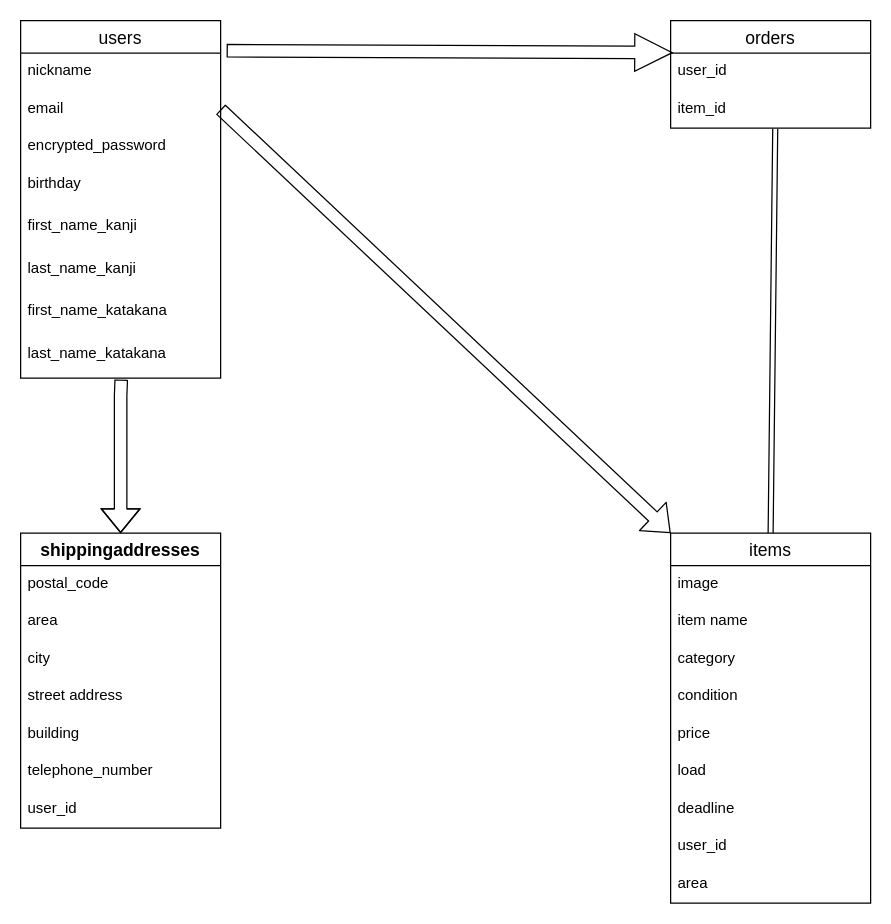
This is .dio from Banyan083214/furima-40391, a draw.io file, before an edit. Source tidied: cells renumbered, new cells numbered last; positions are measured from the earlier drawing's top-left corner, leaving out a move shared by most shapes. Both pictures are drawn from the tidied source at 125%, with x=0, y=0 at pixel (20, 20).
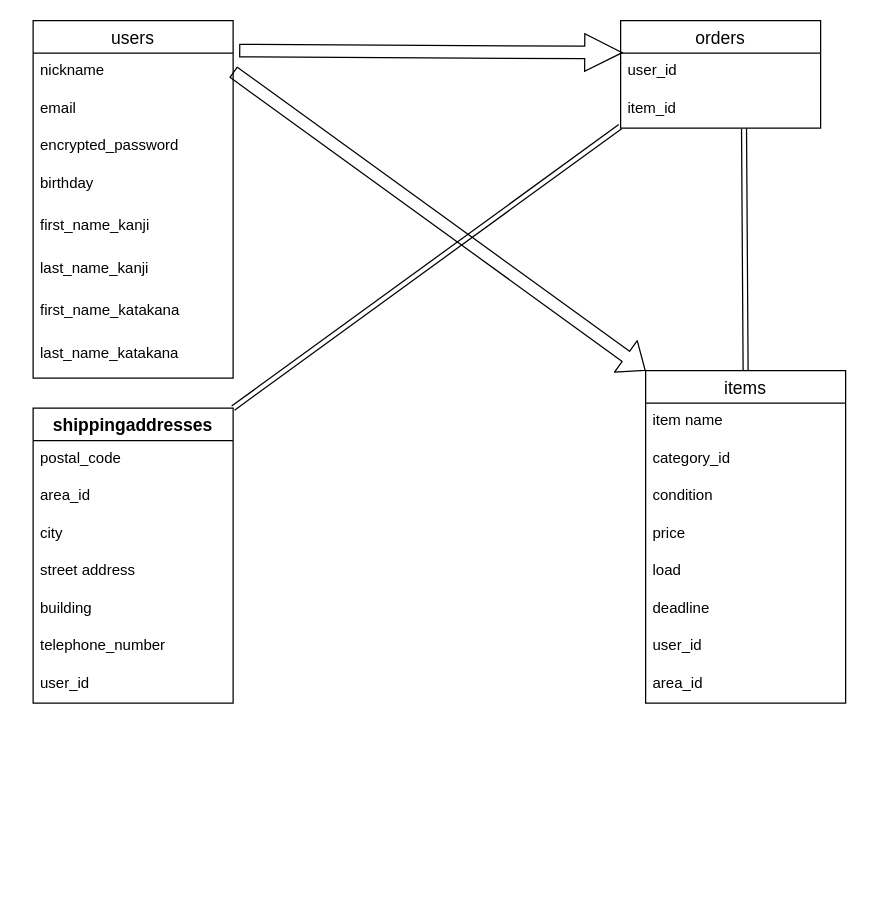
After the change.

Unchanged cells that the change refers to:
```xml
<mxCell id="3" value="nickname" style="text;strokeColor=none;fillColor=none;spacingLeft=4;spacingRight=4;overflow=hidden;points=[[0,0.5],[1,0.5]];portConstraint=eastwest;fontSize=12;" parent="2" vertex="1">
  <mxGeometry y="26" width="160" height="30" as="geometry" />
</mxCell>
<mxCell id="4" value="email" style="text;strokeColor=none;fillColor=none;spacingLeft=4;spacingRight=4;overflow=hidden;points=[[0,0.5],[1,0.5]];portConstraint=eastwest;fontSize=12;" parent="2" vertex="1">
  <mxGeometry y="56" width="160" height="30" as="geometry" />
</mxCell>
<mxCell id="10" value="last_name_katakana" style="text;strokeColor=none;fillColor=none;spacingLeft=4;spacingRight=4;overflow=hidden;points=[[0,0.5],[1,0.5]];portConstraint=eastwest;fontSize=12;" parent="2" vertex="1">
  <mxGeometry y="252" width="160" height="34" as="geometry" />
</mxCell>
<mxCell id="31" value="item_id" style="text;strokeColor=none;fillColor=none;spacingLeft=4;spacingRight=4;overflow=hidden;points=[[0,0.5],[1,0.5]];portConstraint=eastwest;fontSize=12;" parent="29" vertex="1">
  <mxGeometry y="56" width="160" height="30" as="geometry" />
</mxCell>
```

What changed in the source:
```diff
@@
     <mxCell id="2" value="users" style="swimlane;fontStyle=0;horizontal=1;startSize=26;align=center;fontSize=14;" parent="1" vertex="1">
-      <mxGeometry width="160" height="286" as="geometry" />
+      <mxGeometry x="10" width="160" height="286" as="geometry" />
     </mxCell>
@@
     <mxCell id="11" value="items" style="swimlane;fontStyle=0;horizontal=1;startSize=26;align=center;fontSize=14;" parent="1" vertex="1">
-      <mxGeometry x="520" y="410" width="160" height="296" as="geometry" />
+      <mxGeometry x="500" y="280" width="160" height="266" as="geometry" />
     </mxCell>
-    <mxCell id="12" value="image" style="text;strokeColor=none;fillColor=none;spacingLeft=4;spacingRight=4;overflow=hidden;fontSize=12;" parent="11" vertex="1">
-      <mxGeometry y="26" width="160" height="30" as="geometry" />
-    </mxCell>
     <mxCell id="13" value="item name" style="text;strokeColor=none;fillColor=none;spacingLeft=4;spacingRight=4;overflow=hidden;fontSize=12;" parent="11" vertex="1">
-      <mxGeometry y="56" width="160" height="30" as="geometry" />
+      <mxGeometry y="26" width="160" height="30" as="geometry" />
     </mxCell>
-    <mxCell id="14" value="category" style="text;strokeColor=none;fillColor=none;spacingLeft=4;spacingRight=4;overflow=hidden;fontSize=12;" parent="11" vertex="1">
-      <mxGeometry y="86" width="160" height="30" as="geometry" />
+    <mxCell id="14" value="category_id" style="text;strokeColor=none;fillColor=none;spacingLeft=4;spacingRight=4;overflow=hidden;fontSize=12;" parent="11" vertex="1">
+      <mxGeometry y="56" width="160" height="30" as="geometry" />
     </mxCell>
     <mxCell id="15" value="condition" style="text;strokeColor=none;fillColor=none;spacingLeft=4;spacingRight=4;overflow=hidden;fontSize=12;" parent="11" vertex="1">
-      <mxGeometry y="116" width="160" height="30" as="geometry" />
+      <mxGeometry y="86" width="160" height="30" as="geometry" />
     </mxCell>
     <mxCell id="16" value="price" style="text;strokeColor=none;fillColor=none;spacingLeft=4;spacingRight=4;overflow=hidden;fontSize=12;" parent="11" vertex="1">
-      <mxGeometry y="146" width="160" height="30" as="geometry" />
+      <mxGeometry y="116" width="160" height="30" as="geometry" />
     </mxCell>
     <mxCell id="17" value="load" style="text;strokeColor=none;fillColor=none;spacingLeft=4;spacingRight=4;overflow=hidden;fontSize=12;" parent="11" vertex="1">
-      <mxGeometry y="176" width="160" height="30" as="geometry" />
+      <mxGeometry y="146" width="160" height="30" as="geometry" />
     </mxCell>
     <mxCell id="18" value="deadline" style="text;strokeColor=none;fillColor=none;spacingLeft=4;spacingRight=4;overflow=hidden;fontSize=12;" parent="11" vertex="1">
-      <mxGeometry y="206" width="160" height="30" as="geometry" />
+      <mxGeometry y="176" width="160" height="30" as="geometry" />
     </mxCell>
     <mxCell id="19" value="user_id" style="text;strokeColor=none;fillColor=none;spacingLeft=4;spacingRight=4;overflow=hidden;fontSize=12;" parent="11" vertex="1">
-      <mxGeometry y="236" width="160" height="30" as="geometry" />
+      <mxGeometry y="206" width="160" height="30" as="geometry" />
     </mxCell>
-    <mxCell id="20" value="area" style="text;strokeColor=none;fillColor=none;spacingLeft=4;spacingRight=4;overflow=hidden;fontSize=12;" parent="11" vertex="1">
-      <mxGeometry y="266" width="160" height="30" as="geometry" />
+    <mxCell id="20" value="area_id" style="text;strokeColor=none;fillColor=none;spacingLeft=4;spacingRight=4;overflow=hidden;fontSize=12;" parent="11" vertex="1">
+      <mxGeometry y="236" width="160" height="30" as="geometry" />
     </mxCell>
+    <mxCell id="36" style="edgeStyle=none;shape=link;html=1;exitX=1;exitY=0;exitDx=0;exitDy=0;entryX=-0.002;entryY=0.96;entryDx=0;entryDy=0;entryPerimeter=0;" parent="1" edge="1" source="21" target="31">
+      <mxGeometry relative="1" as="geometry" />
+    </mxCell>
     <mxCell id="21" value="shippingaddresses" style="swimlane;fontStyle=1;horizontal=1;startSize=26;align=center;fontSize=14;" parent="1" vertex="1">
-      <mxGeometry y="410" width="160" height="236" as="geometry" />
+      <mxGeometry x="10" y="310" width="160" height="236" as="geometry" />
     </mxCell>
@@
-    <mxCell id="23" value="area" style="text;strokeColor=none;fillColor=none;spacingLeft=4;spacingRight=4;overflow=hidden;fontSize=12;" parent="21" vertex="1">
+    <mxCell id="23" value="area_id" style="text;strokeColor=none;fillColor=none;spacingLeft=4;spacingRight=4;overflow=hidden;fontSize=12;" parent="21" vertex="1">
       <mxGeometry y="56" width="160" height="30" as="geometry" />
     </mxCell>
@@
     <mxCell id="29" value="orders" style="swimlane;fontStyle=0;horizontal=1;startSize=26;align=center;fontSize=14;" parent="1" vertex="1">
-      <mxGeometry x="520" width="160" height="86" as="geometry" />
+      <mxGeometry x="480" width="160" height="86" as="geometry" />
     </mxCell>
@@
-    <mxCell id="32" style="shape=link;html=1;entryX=0.523;entryY=1.02;entryDx=0;entryDy=0;entryPerimeter=0;exitX=0.5;exitY=0;exitDx=0;exitDy=0;" parent="1" edge="1" source="11" target="31">
-      <mxGeometry relative="1" as="geometry" />
-    </mxCell>
@@
-    <mxCell id="34" style="edgeStyle=none;shape=flexArrow;html=1;entryX=0.5;entryY=0;entryDx=0;entryDy=0;exitX=0.503;exitY=1.035;exitDx=0;exitDy=0;exitPerimeter=0;" parent="1" edge="1" source="10" target="21">
-      <mxGeometry relative="1" as="geometry">
-        <Array as="points">
-          <mxPoint x="80" y="300" />
-        </Array>
-      </mxGeometry>
-    </mxCell>
-    <mxCell id="35" style="edgeStyle=none;shape=flexArrow;html=1;exitX=1;exitY=0.5;exitDx=0;exitDy=0;entryX=0;entryY=0;entryDx=0;entryDy=0;" parent="1" edge="1" source="4" target="11">
+    <mxCell id="35" style="edgeStyle=none;shape=flexArrow;html=1;exitX=1;exitY=0.5;exitDx=0;exitDy=0;entryX=0;entryY=0;entryDx=0;entryDy=0;" parent="1" edge="1" source="3" target="11">
       <mxGeometry relative="1" as="geometry" />
     </mxCell>
+    <mxCell id="37" style="edgeStyle=none;shape=link;html=1;exitX=0.617;exitY=1.013;exitDx=0;exitDy=0;entryX=0.5;entryY=0;entryDx=0;entryDy=0;exitPerimeter=0;" parent="1" edge="1" source="31" target="11">
+      <mxGeometry relative="1" as="geometry" />
+    </mxCell>
```
